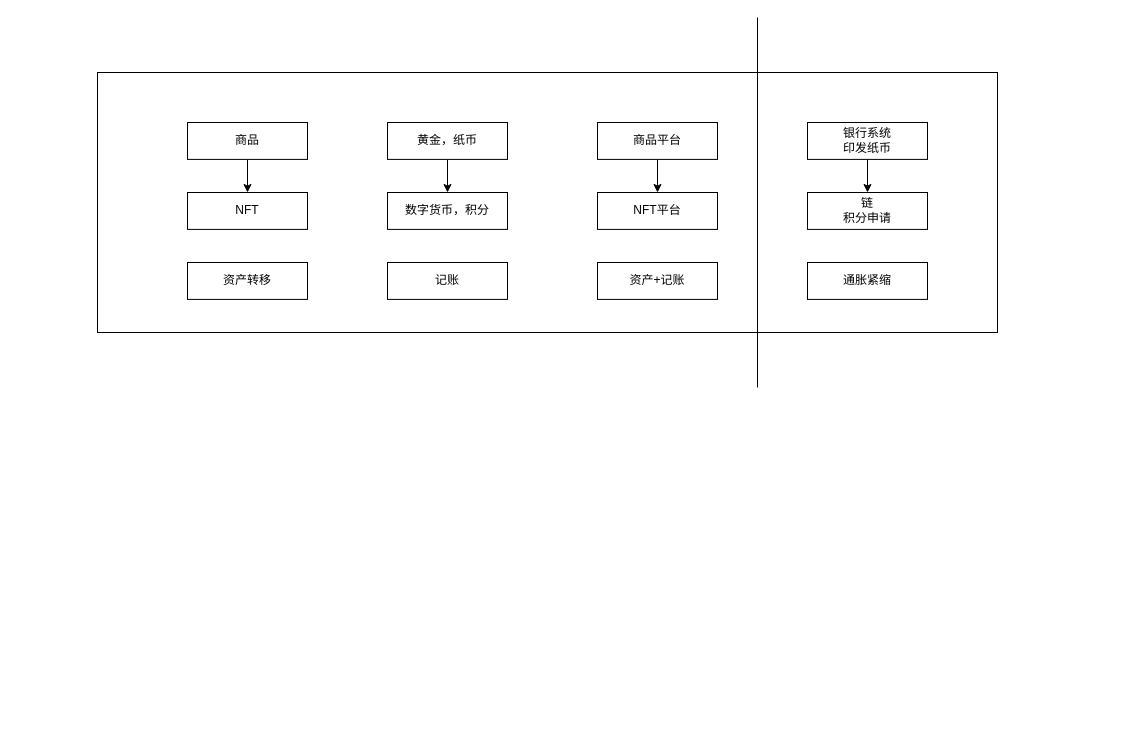
The draw.io diagram nft.drawio in axtrur/resource, before the edit. Source tidied: cells renumbered, new cells numbered last; positions are measured from the earlier drawing's top-left corner, leaving out a move shared by most shapes. Both pictures are drawn from the tidied source at 100%, with x=0, y=0 at pixel (97, 17).
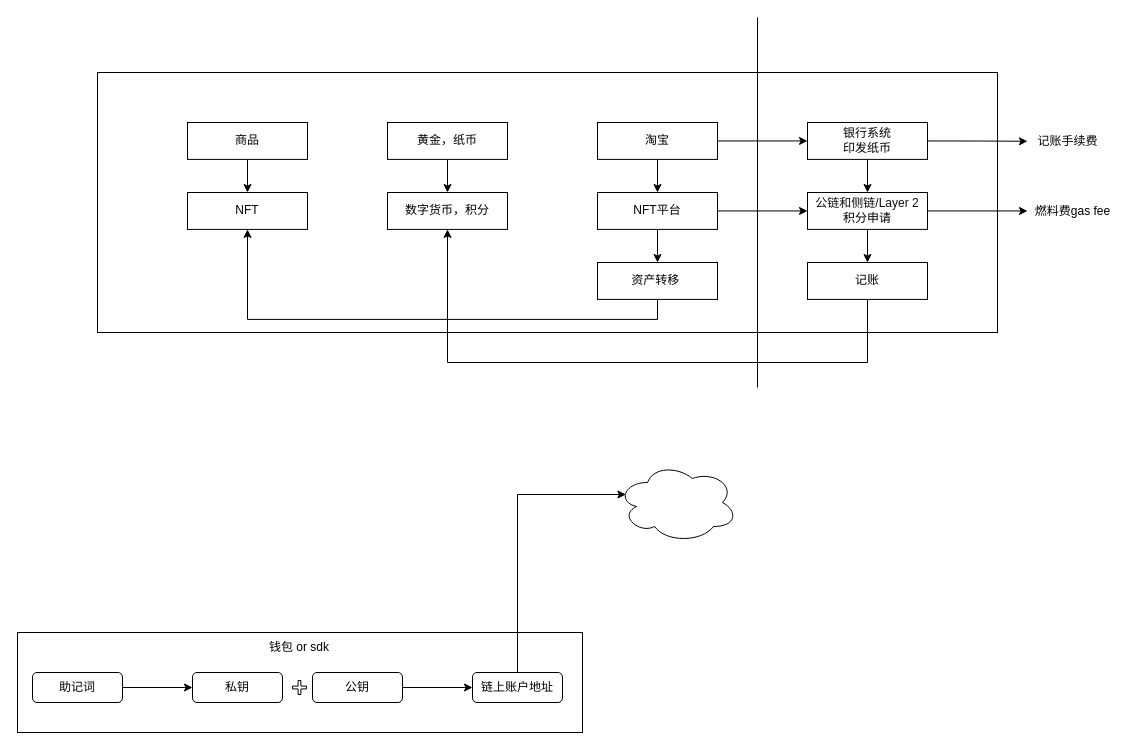
The same diagram, later.

The change refers to these unchanged cells:
```xml
<mxCell id="7" value="NFT" style="rounded=0;whiteSpace=wrap;html=1;" parent="1" vertex="1">
  <mxGeometry x="90" y="175" width="120" height="36.9" as="geometry" />
</mxCell>
<mxCell id="8" value="数字货币，积分" style="rounded=0;whiteSpace=wrap;html=1;" parent="1" vertex="1">
  <mxGeometry x="290" y="175" width="120" height="36.9" as="geometry" />
</mxCell>
<mxCell id="13" value="NFT平台" style="rounded=0;whiteSpace=wrap;html=1;" parent="1" vertex="1">
  <mxGeometry x="500" y="175" width="120" height="36.9" as="geometry" />
</mxCell>
<mxCell id="15" value="银行系统&lt;br&gt;印发纸币" style="rounded=0;whiteSpace=wrap;html=1;" parent="1" vertex="1">
  <mxGeometry x="710" y="105" width="120" height="36.9" as="geometry" />
</mxCell>
```

Diff of the diagram source:
```diff
@@
+    <mxCell id="20" style="rounded=0;whiteSpace=wrap;html=1;fontSize=12;" parent="1" vertex="1">
+      <mxGeometry x="-80" y="615" width="565" height="100" as="geometry" />
+    </mxCell>
@@
-    <mxCell id="9" value="资产转移" style="rounded=0;whiteSpace=wrap;html=1;" parent="1" vertex="1">
-      <mxGeometry x="90" y="245" width="120" height="36.9" as="geometry" />
-    </mxCell>
-    <mxCell id="10" value="记账" style="rounded=0;whiteSpace=wrap;html=1;" parent="1" vertex="1">
-      <mxGeometry x="290" y="245" width="120" height="36.9" as="geometry" />
-    </mxCell>
@@
+    <mxCell id="21" style="edgeStyle=orthogonalEdgeStyle;rounded=0;jettySize=auto;html=1;exitX=1;exitY=0.5;exitDx=0;exitDy=0;entryX=0;entryY=0.5;entryDx=0;entryDy=0;" parent="1" edge="1" source="12" target="15">
+      <mxGeometry relative="1" as="geometry" />
+    </mxCell>
-    <mxCell id="12" value="商品平台" style="rounded=0;whiteSpace=wrap;html=1;" parent="1" vertex="1">
+    <mxCell id="12" value="淘宝" style="rounded=0;whiteSpace=wrap;html=1;" parent="1" vertex="1">
       <mxGeometry x="500" y="105" width="120" height="36.9" as="geometry" />
     </mxCell>
+    <mxCell id="22" style="edgeStyle=orthogonalEdgeStyle;rounded=0;jettySize=auto;html=1;exitX=0.5;exitY=1;exitDx=0;exitDy=0;" parent="1" edge="1" source="13" target="17">
+      <mxGeometry relative="1" as="geometry" />
+    </mxCell>
+    <mxCell id="23" style="edgeStyle=orthogonalEdgeStyle;rounded=0;jettySize=auto;html=1;exitX=1;exitY=0.5;exitDx=0;exitDy=0;entryX=0;entryY=0.5;entryDx=0;entryDy=0;" parent="1" edge="1" source="13" target="16">
+      <mxGeometry relative="1" as="geometry" />
+    </mxCell>
@@
+    <mxCell id="24" style="edgeStyle=orthogonalEdgeStyle;rounded=0;jettySize=auto;html=1;exitX=1;exitY=0.5;exitDx=0;exitDy=0;fontSize=12;" parent="1" edge="1" source="15">
+      <mxGeometry relative="1" as="geometry">
+        <mxPoint x="930" y="123.8" as="targetPoint" />
+      </mxGeometry>
+    </mxCell>
@@
+    <mxCell id="25" style="edgeStyle=orthogonalEdgeStyle;rounded=0;jettySize=auto;html=1;exitX=0.5;exitY=1;exitDx=0;exitDy=0;" parent="1" edge="1" source="16" target="18">
+      <mxGeometry relative="1" as="geometry" />
+    </mxCell>
+    <mxCell id="26" style="edgeStyle=orthogonalEdgeStyle;rounded=0;jettySize=auto;html=1;exitX=1;exitY=0.5;exitDx=0;exitDy=0;fontSize=12;" parent="1" edge="1" source="16" target="30">
+      <mxGeometry relative="1" as="geometry" />
+    </mxCell>
-    <mxCell id="16" value="链&lt;br&gt;积分申请" style="rounded=0;whiteSpace=wrap;html=1;" parent="1" vertex="1">
+    <mxCell id="16" value="&lt;span style=&quot;color: rgb(14 , 14 , 14) ; font-family: &amp;#34;stheiti&amp;#34; , &amp;#34;microsoft yahei&amp;#34; , , sans-serif , &amp;#34;arial&amp;#34; ; background-color: rgb(255 , 255 , 255)&quot;&gt;&lt;font style=&quot;font-size: 12px&quot;&gt;公链和侧链/Layer 2&lt;/font&gt;&lt;/span&gt;&lt;br&gt;积分申请" style="rounded=0;whiteSpace=wrap;html=1;" parent="1" vertex="1">
       <mxGeometry x="710" y="175" width="120" height="36.9" as="geometry" />
     </mxCell>
+    <mxCell id="27" style="edgeStyle=orthogonalEdgeStyle;rounded=0;jettySize=auto;html=1;exitX=0.5;exitY=1;exitDx=0;exitDy=0;entryX=0.5;entryY=1;entryDx=0;entryDy=0;" parent="1" edge="1" source="17" target="7">
+      <mxGeometry relative="1" as="geometry" />
+    </mxCell>
-    <mxCell id="17" value="资产+记账" style="rounded=0;whiteSpace=wrap;html=1;" parent="1" vertex="1">
+    <mxCell id="17" value="资产转移&amp;nbsp;" style="rounded=0;whiteSpace=wrap;html=1;" parent="1" vertex="1">
       <mxGeometry x="500" y="245" width="120" height="36.9" as="geometry" />
     </mxCell>
+    <mxCell id="28" style="edgeStyle=orthogonalEdgeStyle;rounded=0;jettySize=auto;html=1;exitX=0.5;exitY=1;exitDx=0;exitDy=0;entryX=0.5;entryY=1;entryDx=0;entryDy=0;" parent="1" edge="1" source="18" target="8">
+      <mxGeometry relative="1" as="geometry">
+        <Array as="points">
+          <mxPoint x="770" y="345" />
+          <mxPoint x="350" y="345" />
+        </Array>
+      </mxGeometry>
+    </mxCell>
-    <mxCell id="18" value="通胀紧缩" style="rounded=0;whiteSpace=wrap;html=1;" parent="1" vertex="1">
+    <mxCell id="18" value="记账" style="rounded=0;whiteSpace=wrap;html=1;" parent="1" vertex="1">
       <mxGeometry x="710" y="245" width="120" height="36.9" as="geometry" />
     </mxCell>
@@
+    <mxCell id="29" value="记账手续费" style="text;html=1;align=center;verticalAlign=middle;strokeColor=none;fillColor=none;fontSize=12;" parent="1" vertex="1">
+      <mxGeometry x="930" y="113.5" width="80" height="20" as="geometry" />
+    </mxCell>
+    <mxCell id="30" value="燃料费gas fee" style="text;html=1;align=center;verticalAlign=middle;points=[];strokeColor=none;fillColor=none;fontSize=12;" parent="1" vertex="1">
+      <mxGeometry x="930" y="183.5" width="90" height="20" as="geometry" />
+    </mxCell>
+    <mxCell id="31" style="edgeStyle=orthogonalEdgeStyle;rounded=0;jettySize=auto;html=1;exitX=1;exitY=0.5;exitDx=0;exitDy=0;fontSize=12;" parent="1" edge="1" source="32" target="33">
+      <mxGeometry relative="1" as="geometry" />
+    </mxCell>
+    <mxCell id="32" value="助记词" style="rounded=1;whiteSpace=wrap;html=1;fontSize=12;" parent="1" vertex="1">
+      <mxGeometry x="-65" y="655" width="90" height="30" as="geometry" />
+    </mxCell>
+    <mxCell id="33" value="私钥" style="rounded=1;whiteSpace=wrap;html=1;fontSize=12;" parent="1" vertex="1">
+      <mxGeometry x="95" y="655" width="90" height="30" as="geometry" />
+    </mxCell>
+    <mxCell id="34" style="edgeStyle=orthogonalEdgeStyle;rounded=0;jettySize=auto;html=1;exitX=1;exitY=0.5;exitDx=0;exitDy=0;fontSize=12;" parent="1" edge="1" source="35" target="38">
+      <mxGeometry relative="1" as="geometry" />
+    </mxCell>
+    <mxCell id="35" value="公钥" style="rounded=1;whiteSpace=wrap;html=1;fontSize=12;" parent="1" vertex="1">
+      <mxGeometry x="215" y="655" width="90" height="30" as="geometry" />
+    </mxCell>
+    <mxCell id="36" style="shape=cross;whiteSpace=wrap;html=1;fontSize=12;" parent="1" vertex="1">
+      <mxGeometry x="195" y="663" width="14" height="14" as="geometry" />
+    </mxCell>
+    <mxCell id="37" style="edgeStyle=orthogonalEdgeStyle;rounded=0;jettySize=auto;html=1;exitX=0.5;exitY=0;exitDx=0;exitDy=0;entryX=0.07;entryY=0.4;entryDx=0;entryDy=0;entryPerimeter=0;fontSize=12;" parent="1" edge="1" source="38" target="40">
+      <mxGeometry relative="1" as="geometry">
+        <Array as="points">
+          <mxPoint x="420" y="477" />
+        </Array>
+      </mxGeometry>
+    </mxCell>
+    <mxCell id="38" value="链上账户地址" style="rounded=1;whiteSpace=wrap;html=1;fontSize=12;" parent="1" vertex="1">
+      <mxGeometry x="375" y="655" width="90" height="30" as="geometry" />
+    </mxCell>
+    <mxCell id="39" value="钱包 or sdk" style="text;html=1;strokeColor=none;fillColor=none;align=center;verticalAlign=middle;whiteSpace=wrap;rounded=0;fontSize=12;" parent="1" vertex="1">
+      <mxGeometry x="162" y="615" width="80" height="30" as="geometry" />
+    </mxCell>
+    <mxCell id="40" style="ellipse;shape=cloud;whiteSpace=wrap;html=1;fontSize=12;" parent="1" vertex="1">
+      <mxGeometry x="520" y="445" width="120" height="80" as="geometry" />
+    </mxCell>
```
